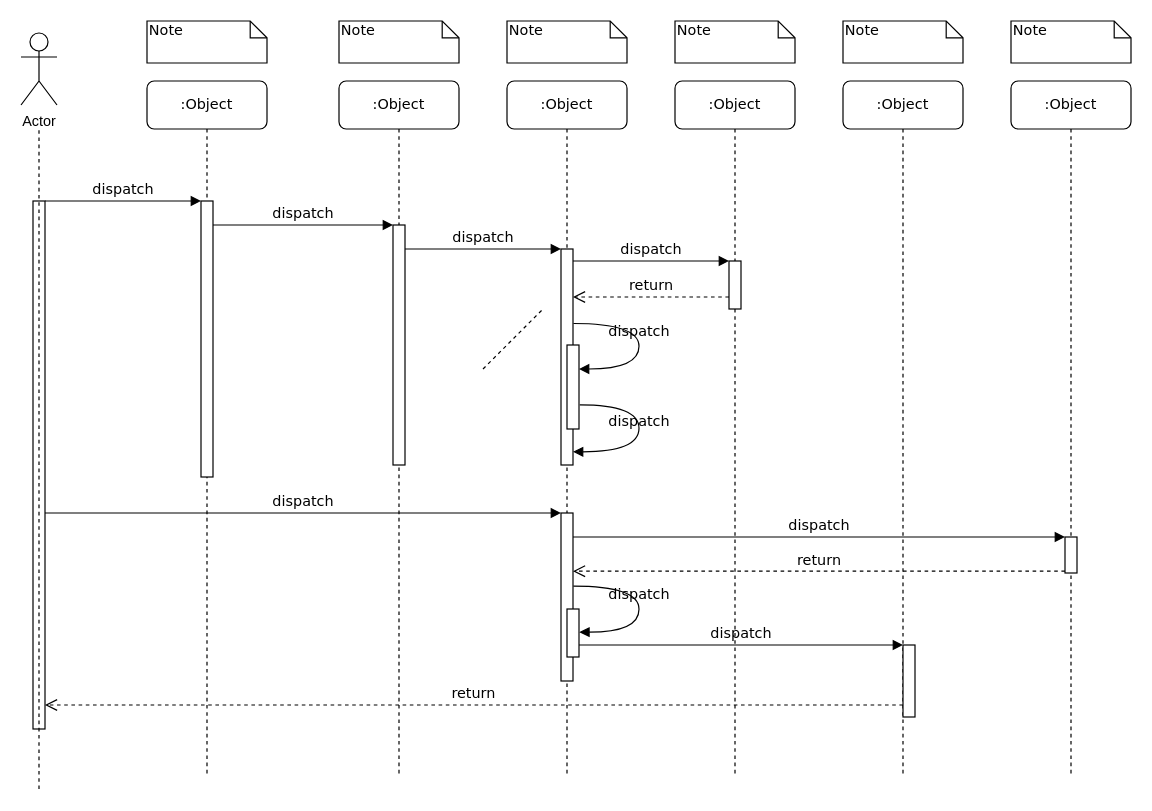
The draw.io diagram Sequence Diagram.drawio in PatrickMcDougle/CSE682-Software-Engineering-Project, before the edit. Source tidied: cells renumbered, new cells numbered last; positions are measured from the earlier drawing's top-left corner, leaving out a move shared by most shapes. Both pictures are drawn from the tidied source at 120%, with x=0, y=0 at pixel (20, 20).
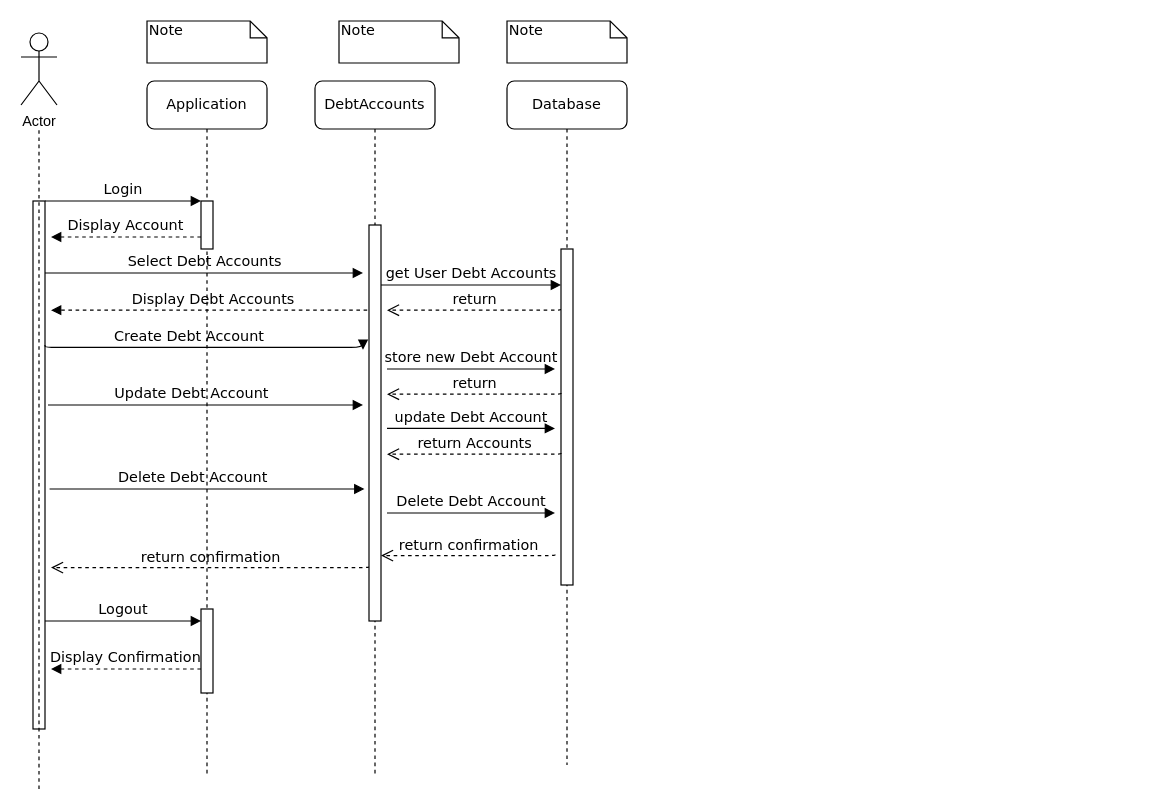
The same diagram, later.

The change refers to these unchanged cells:
```xml
<mxCell id="36" style="html=1;points=[];perimeter=orthogonalPerimeter;rounded=0;shadow=0;comic=0;labelBackgroundColor=none;strokeWidth=1;fontFamily=Verdana;fontSize=12;align=center;" parent="1" vertex="1">
  <mxGeometry x="10" y="150" width="10" height="440" as="geometry" />
</mxCell>
```

What changed in the source:
```diff
@@
-    <mxCell id="2" value=":Object" style="shape=umlLifeline;perimeter=lifelinePerimeter;whiteSpace=wrap;html=1;rounded=1;shadow=0;comic=0;labelBackgroundColor=none;strokeWidth=1;fontFamily=Verdana;fontSize=12;align=center;" parent="1" vertex="1">
+    <mxCell id="2" value="Application" style="shape=umlLifeline;perimeter=lifelinePerimeter;whiteSpace=wrap;html=1;rounded=1;shadow=0;comic=0;labelBackgroundColor=none;strokeWidth=1;fontFamily=Verdana;fontSize=12;align=center;" parent="1" vertex="1">
       <mxGeometry x="105" y="50" width="100" height="580" as="geometry" />
     </mxCell>
     <mxCell id="3" style="html=1;points=[];perimeter=orthogonalPerimeter;rounded=0;shadow=0;comic=0;labelBackgroundColor=none;strokeWidth=1;fontFamily=Verdana;fontSize=12;align=center;" parent="2" vertex="1">
-      <mxGeometry x="45" y="100" width="10" height="230" as="geometry" />
+      <mxGeometry x="45" y="100" width="10" height="40" as="geometry" />
     </mxCell>
+    <mxCell id="40" value="Display Account" style="html=1;verticalAlign=bottom;endArrow=block;labelBackgroundColor=none;fontFamily=Verdana;fontSize=12;edgeStyle=elbowEdgeStyle;elbow=vertical;dashed=1;" parent="2" edge="1">
+      <mxGeometry relative="1" as="geometry">
+        <mxPoint x="45" y="130" as="sourcePoint" />
+        <mxPoint x="-80" y="130" as="targetPoint" />
+      </mxGeometry>
+    </mxCell>
+    <mxCell id="41" value="Display Debt Accounts" style="html=1;verticalAlign=bottom;endArrow=block;labelBackgroundColor=none;fontFamily=Verdana;fontSize=12;edgeStyle=elbowEdgeStyle;elbow=vertical;jumpStyle=line;dashed=1;" parent="2" edge="1" source="4">
+      <mxGeometry relative="1" as="geometry">
+        <mxPoint x="-80" y="190.5" as="targetPoint" />
+      </mxGeometry>
+    </mxCell>
+    <mxCell id="42" value="Update Debt Account" style="html=1;verticalAlign=bottom;endArrow=block;labelBackgroundColor=none;fontFamily=Verdana;fontSize=12;edgeStyle=elbowEdgeStyle;elbow=vertical;" parent="2" edge="1">
+      <mxGeometry x="-0.09" relative="1" as="geometry">
+        <mxPoint x="-82.5" y="270" as="sourcePoint" />
+        <mxPoint x="180" y="270" as="targetPoint" />
+      </mxGeometry>
+    </mxCell>
+    <mxCell id="43" value="return confirmation" style="html=1;verticalAlign=bottom;endArrow=open;dashed=1;endSize=8;labelBackgroundColor=none;fontFamily=Verdana;fontSize=12;edgeStyle=elbowEdgeStyle;elbow=vertical;" parent="2" edge="1">
+      <mxGeometry relative="1" as="geometry">
+        <mxPoint x="185" y="404.5" as="sourcePoint" />
+        <mxPoint x="-80" y="406" as="targetPoint" />
+        <Array as="points">
+          <mxPoint x="40" y="405.5" />
+          <mxPoint x="130" y="404.5" />
+          <mxPoint x="160" y="404.5" />
+        </Array>
+      </mxGeometry>
+    </mxCell>
+    <mxCell id="44" style="html=1;perimeter=orthogonalPerimeter;rounded=0;shadow=0;comic=0;labelBackgroundColor=none;strokeWidth=1;fontFamily=Verdana;fontSize=12;align=center;" parent="2" vertex="1">
+      <mxGeometry x="45" y="440" width="10" height="70" as="geometry" />
+    </mxCell>
+    <mxCell id="45" value="Logout" style="html=1;verticalAlign=bottom;endArrow=block;entryX=0;entryY=0;labelBackgroundColor=none;fontFamily=Verdana;fontSize=12;edgeStyle=elbowEdgeStyle;elbow=vertical;" parent="2" edge="1">
+      <mxGeometry relative="1" as="geometry">
+        <mxPoint x="-85" y="450" as="sourcePoint" />
+        <mxPoint x="45" y="450" as="targetPoint" />
+      </mxGeometry>
+    </mxCell>
+    <mxCell id="46" value="Display Confirmation" style="html=1;verticalAlign=bottom;endArrow=block;labelBackgroundColor=none;fontFamily=Verdana;fontSize=12;edgeStyle=elbowEdgeStyle;elbow=vertical;dashed=1;" parent="2" edge="1">
+      <mxGeometry relative="1" as="geometry">
+        <mxPoint x="45" y="490" as="sourcePoint" />
+        <mxPoint x="-80" y="490" as="targetPoint" />
+      </mxGeometry>
+    </mxCell>
-    <mxCell id="4" value=":Object" style="shape=umlLifeline;perimeter=lifelinePerimeter;whiteSpace=wrap;html=1;outlineConnect=0;rounded=1;shadow=0;comic=0;labelBackgroundColor=none;strokeWidth=1;fontFamily=Verdana;fontSize=12;align=center;" parent="1" vertex="1">
-      <mxGeometry x="265" y="50" width="100" height="580" as="geometry" />
+    <mxCell id="4" value="DebtAccounts" style="shape=umlLifeline;perimeter=lifelinePerimeter;whiteSpace=wrap;html=1;outlineConnect=0;rounded=1;shadow=0;comic=0;labelBackgroundColor=none;strokeWidth=1;fontFamily=Verdana;fontSize=12;align=center;" parent="1" vertex="1">
+      <mxGeometry x="245" y="50" width="100" height="580" as="geometry" />
     </mxCell>
     <mxCell id="5" style="html=1;points=[];perimeter=orthogonalPerimeter;rounded=0;shadow=0;comic=0;labelBackgroundColor=none;strokeWidth=1;fontFamily=Verdana;fontSize=12;align=center;" parent="4" vertex="1">
-      <mxGeometry x="45" y="120" width="10" height="200" as="geometry" />
+      <mxGeometry x="45" y="120" width="10" height="330" as="geometry" />
     </mxCell>
+    <mxCell id="47" value="store new Debt Account" style="html=1;verticalAlign=bottom;endArrow=block;labelBackgroundColor=none;fontFamily=Verdana;fontSize=12;edgeStyle=elbowEdgeStyle;elbow=vertical;" parent="4" edge="1">
+      <mxGeometry relative="1" as="geometry">
+        <mxPoint x="60" y="240" as="sourcePoint" />
+        <mxPoint x="200" y="240" as="targetPoint" />
+        <Array as="points">
+          <mxPoint x="175" y="240" />
+          <mxPoint x="85" y="210" />
+        </Array>
+      </mxGeometry>
+    </mxCell>
+    <mxCell id="48" value="Delete Debt Account" style="html=1;verticalAlign=bottom;endArrow=block;labelBackgroundColor=none;fontFamily=Verdana;fontSize=12;edgeStyle=elbowEdgeStyle;elbow=vertical;" parent="4" edge="1">
+      <mxGeometry relative="1" as="geometry">
+        <mxPoint x="60" y="360" as="sourcePoint" />
+        <mxPoint x="200" y="360" as="targetPoint" />
+        <Array as="points">
+          <mxPoint x="175" y="360" />
+          <mxPoint x="85" y="330" />
+        </Array>
+      </mxGeometry>
+    </mxCell>
-    <mxCell id="6" value=":Object" style="shape=umlLifeline;perimeter=lifelinePerimeter;whiteSpace=wrap;html=1;rounded=1;shadow=0;comic=0;labelBackgroundColor=none;strokeWidth=1;fontFamily=Verdana;fontSize=12;align=center;" parent="1" vertex="1">
-      <mxGeometry x="405" y="50" width="100" height="580" as="geometry" />
+    <mxCell id="6" value="Database" style="shape=umlLifeline;perimeter=lifelinePerimeter;whiteSpace=wrap;html=1;rounded=1;shadow=0;comic=0;labelBackgroundColor=none;strokeWidth=1;fontFamily=Verdana;fontSize=12;align=center;" parent="1" vertex="1">
+      <mxGeometry x="405" y="50" width="100" height="570" as="geometry" />
     </mxCell>
-    <mxCell id="7" value=":Object" style="shape=umlLifeline;perimeter=lifelinePerimeter;whiteSpace=wrap;html=1;rounded=1;shadow=0;comic=0;labelBackgroundColor=none;strokeWidth=1;fontFamily=Verdana;fontSize=12;align=center;" parent="1" vertex="1">
-      <mxGeometry x="545" y="50" width="100" height="580" as="geometry" />
-    </mxCell>
-    <mxCell id="8" value=":Object" style="shape=umlLifeline;perimeter=lifelinePerimeter;whiteSpace=wrap;html=1;rounded=1;shadow=0;comic=0;labelBackgroundColor=none;strokeWidth=1;fontFamily=Verdana;fontSize=12;align=center;" parent="1" vertex="1">
-      <mxGeometry x="685" y="50" width="100" height="580" as="geometry" />
-    </mxCell>
-    <mxCell id="9" value=":Object" style="shape=umlLifeline;perimeter=lifelinePerimeter;whiteSpace=wrap;html=1;rounded=1;shadow=0;comic=0;labelBackgroundColor=none;strokeWidth=1;fontFamily=Verdana;fontSize=12;align=center;" parent="1" vertex="1">
-      <mxGeometry x="825" y="50" width="100" height="580" as="geometry" />
-    </mxCell>
+    <mxCell id="49" value="return" style="html=1;verticalAlign=bottom;endArrow=open;dashed=1;endSize=8;labelBackgroundColor=none;fontFamily=Verdana;fontSize=12;edgeStyle=elbowEdgeStyle;elbow=vertical;" parent="6" edge="1">
+      <mxGeometry relative="1" as="geometry">
+        <mxPoint x="45" y="190" as="sourcePoint" />
+        <mxPoint x="-100" y="191" as="targetPoint" />
+        <Array as="points">
+          <mxPoint x="-100" y="191" />
+          <mxPoint x="-10" y="190" />
+          <mxPoint x="20" y="190" />
+        </Array>
+      </mxGeometry>
+    </mxCell>
+    <mxCell id="50" value="return confirmation" style="html=1;verticalAlign=bottom;endArrow=open;dashed=1;endSize=8;labelBackgroundColor=none;fontFamily=Verdana;fontSize=12;edgeStyle=elbowEdgeStyle;elbow=vertical;" parent="6" edge="1">
+      <mxGeometry relative="1" as="geometry">
+        <mxPoint x="40" y="394.5" as="sourcePoint" />
+        <mxPoint x="-105" y="395.5" as="targetPoint" />
+        <Array as="points">
+          <mxPoint x="-105" y="395.5" />
+          <mxPoint x="-15" y="394.5" />
+          <mxPoint x="15" y="394.5" />
+        </Array>
+      </mxGeometry>
+    </mxCell>
     <mxCell id="10" style="html=1;points=[];perimeter=orthogonalPerimeter;rounded=0;shadow=0;comic=0;labelBackgroundColor=none;strokeWidth=1;fontFamily=Verdana;fontSize=12;align=center;" parent="1" vertex="1">
-      <mxGeometry x="450" y="190" width="10" height="180" as="geometry" />
+      <mxGeometry x="450" y="190" width="10" height="280" as="geometry" />
     </mxCell>
-    <mxCell id="11" value="dispatch" style="html=1;verticalAlign=bottom;endArrow=block;labelBackgroundColor=none;fontFamily=Verdana;fontSize=12;edgeStyle=elbowEdgeStyle;elbow=vertical;" parent="1" edge="1" source="5" target="10">
+    <mxCell id="11" value="get User Debt Accounts" style="html=1;verticalAlign=bottom;endArrow=block;labelBackgroundColor=none;fontFamily=Verdana;fontSize=12;edgeStyle=elbowEdgeStyle;elbow=vertical;" parent="1" edge="1" source="5" target="10">
       <mxGeometry relative="1" as="geometry">
         <Array as="points">
+          <mxPoint x="415" y="220" />
           <mxPoint x="325" y="190" />
         </Array>
       </mxGeometry>
     </mxCell>
-    <mxCell id="12" style="html=1;points=[];perimeter=orthogonalPerimeter;rounded=0;shadow=0;comic=0;labelBackgroundColor=none;strokeWidth=1;fontFamily=Verdana;fontSize=12;align=center;" parent="1" vertex="1">
-      <mxGeometry x="590" y="200" width="10" height="40" as="geometry" />
-    </mxCell>
-    <mxCell id="13" value="dispatch" style="html=1;verticalAlign=bottom;endArrow=block;entryX=0;entryY=0;labelBackgroundColor=none;fontFamily=Verdana;fontSize=12;edgeStyle=elbowEdgeStyle;elbow=vertical;" parent="1" edge="1" source="10" target="12">
-      <mxGeometry relative="1" as="geometry" />
-    </mxCell>
-    <mxCell id="14" value="return" style="html=1;verticalAlign=bottom;endArrow=open;dashed=1;endSize=8;labelBackgroundColor=none;fontFamily=Verdana;fontSize=12;edgeStyle=elbowEdgeStyle;elbow=vertical;" parent="1" edge="1" source="12" target="10">
-      <mxGeometry relative="1" as="geometry">
-        <Array as="points">
-          <mxPoint x="535" y="230" />
-          <mxPoint x="565" y="230" />
-        </Array>
-      </mxGeometry>
-    </mxCell>
-    <mxCell id="15" style="html=1;points=[];perimeter=orthogonalPerimeter;rounded=0;shadow=0;comic=0;labelBackgroundColor=none;strokeWidth=1;fontFamily=Verdana;fontSize=12;align=center;" parent="1" vertex="1">
-      <mxGeometry x="450" y="410" width="10" height="140" as="geometry" />
-    </mxCell>
-    <mxCell id="16" value="dispatch" style="html=1;verticalAlign=bottom;endArrow=block;entryX=0;entryY=0;labelBackgroundColor=none;fontFamily=Verdana;fontSize=12;" parent="1" edge="1" source="36" target="15">
-      <mxGeometry relative="1" as="geometry" />
-    </mxCell>
-    <mxCell id="17" style="html=1;points=[];perimeter=orthogonalPerimeter;rounded=0;shadow=0;comic=0;labelBackgroundColor=none;strokeColor=#000000;strokeWidth=1;fillColor=#FFFFFF;fontFamily=Verdana;fontSize=12;fontColor=#000000;align=center;" parent="1" vertex="1">
-      <mxGeometry x="870" y="430" width="10" height="30" as="geometry" />
-    </mxCell>
-    <mxCell id="18" value="dispatch" style="html=1;verticalAlign=bottom;endArrow=block;entryX=0;entryY=0;labelBackgroundColor=none;fontFamily=Verdana;fontSize=12;" parent="1" edge="1" source="15" target="17">
-      <mxGeometry relative="1" as="geometry" />
-    </mxCell>
-    <mxCell id="19" value="return" style="html=1;verticalAlign=bottom;endArrow=open;dashed=1;endSize=8;exitX=0;exitY=0.95;labelBackgroundColor=none;fontFamily=Verdana;fontSize=12;" parent="1" edge="1" source="17" target="15">
-      <mxGeometry relative="1" as="geometry" />
-    </mxCell>
-    <mxCell id="20" style="html=1;points=[];perimeter=orthogonalPerimeter;rounded=0;shadow=0;comic=0;labelBackgroundColor=none;strokeWidth=1;fontFamily=Verdana;fontSize=12;align=center;" parent="1" vertex="1">
-      <mxGeometry x="735" y="520" width="10" height="60" as="geometry" />
-    </mxCell>
-    <mxCell id="21" value="dispatch" style="html=1;verticalAlign=bottom;endArrow=block;entryX=0;entryY=0;labelBackgroundColor=none;fontFamily=Verdana;fontSize=12;edgeStyle=elbowEdgeStyle;elbow=vertical;" parent="1" edge="1" source="28" target="20">
-      <mxGeometry relative="1" as="geometry" />
-    </mxCell>
-    <mxCell id="22" value="return" style="html=1;verticalAlign=bottom;endArrow=open;dashed=1;endSize=8;labelBackgroundColor=none;fontFamily=Verdana;fontSize=12;edgeStyle=elbowEdgeStyle;elbow=vertical;" parent="1" edge="1" source="20" target="36">
-      <mxGeometry relative="1" as="geometry">
-        <Array as="points">
-          <mxPoint x="435" y="570" />
-        </Array>
-      </mxGeometry>
-    </mxCell>
-    <mxCell id="23" value="dispatch" style="html=1;verticalAlign=bottom;endArrow=block;entryX=0;entryY=0;labelBackgroundColor=none;fontFamily=Verdana;fontSize=12;edgeStyle=elbowEdgeStyle;elbow=vertical;" parent="1" edge="1" source="36" target="3">
+    <mxCell id="23" value="Login" style="html=1;verticalAlign=bottom;endArrow=block;entryX=0;entryY=0;labelBackgroundColor=none;fontFamily=Verdana;fontSize=12;edgeStyle=elbowEdgeStyle;elbow=vertical;" parent="1" edge="1" source="36" target="3">
       <mxGeometry relative="1" as="geometry" />
     </mxCell>
-    <mxCell id="24" value="dispatch" style="html=1;verticalAlign=bottom;endArrow=block;entryX=0;entryY=0;labelBackgroundColor=none;fontFamily=Verdana;fontSize=12;edgeStyle=elbowEdgeStyle;elbow=vertical;" parent="1" edge="1" source="3" target="5">
-      <mxGeometry relative="1" as="geometry" />
-    </mxCell>
-    <mxCell id="25" style="html=1;points=[];perimeter=orthogonalPerimeter;rounded=0;shadow=0;comic=0;labelBackgroundColor=none;strokeWidth=1;fontFamily=Verdana;fontSize=12;align=center;" parent="1" vertex="1">
-      <mxGeometry x="455" y="270" width="10" height="70" as="geometry" />
-    </mxCell>
-    <mxCell id="26" value="dispatch" style="html=1;verticalAlign=bottom;endArrow=block;labelBackgroundColor=none;fontFamily=Verdana;fontSize=12;elbow=vertical;edgeStyle=orthogonalEdgeStyle;curved=1;entryX=1;entryY=0.286;entryPerimeter=0;exitX=1.038;exitY=0.345;exitPerimeter=0;" parent="1" edge="1" source="10" target="25">
-      <mxGeometry relative="1" as="geometry">
-        <Array as="points">
-          <mxPoint x="515" y="252" />
-          <mxPoint x="515" y="290" />
-        </Array>
-      </mxGeometry>
-    </mxCell>
-    <mxCell id="27" value="dispatch" style="html=1;verticalAlign=bottom;endArrow=block;labelBackgroundColor=none;fontFamily=Verdana;fontSize=12;elbow=vertical;edgeStyle=orthogonalEdgeStyle;curved=1;exitX=1.066;exitY=0.713;exitPerimeter=0;" parent="1" edge="1" source="25">
-      <mxGeometry relative="1" as="geometry">
-        <mxPoint x="460" y="359" as="targetPoint" />
-        <Array as="points">
-          <mxPoint x="515" y="320" />
-          <mxPoint x="515" y="359" />
-        </Array>
-      </mxGeometry>
-    </mxCell>
-    <mxCell id="28" style="html=1;points=[];perimeter=orthogonalPerimeter;rounded=0;shadow=0;comic=0;labelBackgroundColor=none;strokeWidth=1;fontFamily=Verdana;fontSize=12;align=center;" parent="1" vertex="1">
-      <mxGeometry x="455" y="490" width="10" height="40" as="geometry" />
-    </mxCell>
-    <mxCell id="29" value="dispatch" style="html=1;verticalAlign=bottom;endArrow=block;labelBackgroundColor=none;fontFamily=Verdana;fontSize=12;elbow=vertical;edgeStyle=orthogonalEdgeStyle;curved=1;entryX=1;entryY=0.286;entryPerimeter=0;exitX=1.038;exitY=0.345;exitPerimeter=0;" parent="1" edge="1">
-      <mxGeometry relative="1" as="geometry">
-        <mxPoint x="460.3" y="471" as="sourcePoint" />
-        <mxPoint x="465.3" y="509.3" as="targetPoint" />
-        <Array as="points">
-          <mxPoint x="515" y="471" />
-          <mxPoint x="515" y="509" />
-        </Array>
-      </mxGeometry>
-    </mxCell>
@@
-    <mxCell id="33" value="Note" style="shape=note;whiteSpace=wrap;html=1;size=14;verticalAlign=top;align=left;spacingTop=-6;rounded=0;shadow=0;comic=0;labelBackgroundColor=none;strokeWidth=1;fontFamily=Verdana;fontSize=12;" parent="1" vertex="1">
-      <mxGeometry x="545" width="100" height="35" as="geometry" />
-    </mxCell>
-    <mxCell id="34" value="Note" style="shape=note;whiteSpace=wrap;html=1;size=14;verticalAlign=top;align=left;spacingTop=-6;rounded=0;shadow=0;comic=0;labelBackgroundColor=none;strokeWidth=1;fontFamily=Verdana;fontSize=12;" parent="1" vertex="1">
-      <mxGeometry x="685" width="100" height="35" as="geometry" />
-    </mxCell>
-    <mxCell id="35" value="Note" style="shape=note;whiteSpace=wrap;html=1;size=14;verticalAlign=top;align=left;spacingTop=-6;rounded=0;shadow=0;comic=0;labelBackgroundColor=none;strokeWidth=1;fontFamily=Verdana;fontSize=12;" parent="1" vertex="1">
-      <mxGeometry x="825" width="100" height="35" as="geometry" />
-    </mxCell>
@@
-    <mxCell id="37" style="endArrow=none;dashed=1;html=1;" parent="1" edge="1">
-      <mxGeometry relative="1" as="geometry">
-        <mxPoint x="385" y="290" as="sourcePoint" />
-        <mxPoint x="435" y="240" as="targetPoint" />
-      </mxGeometry>
-    </mxCell>
@@
+    <mxCell id="51" value="Select Debt Accounts" style="html=1;verticalAlign=bottom;endArrow=block;labelBackgroundColor=none;fontFamily=Verdana;fontSize=12;edgeStyle=elbowEdgeStyle;elbow=vertical;" parent="1" edge="1">
+      <mxGeometry relative="1" as="geometry">
+        <mxPoint x="20" y="210" as="sourcePoint" />
+        <mxPoint x="285" y="210" as="targetPoint" />
+        <Array as="points">
+          <mxPoint x="255" y="210" />
+        </Array>
+      </mxGeometry>
+    </mxCell>
+    <mxCell id="52" value="Create Debt Account" style="html=1;verticalAlign=bottom;endArrow=block;labelBackgroundColor=none;fontFamily=Verdana;fontSize=12;edgeStyle=elbowEdgeStyle;elbow=vertical;" parent="1" edge="1">
+      <mxGeometry x="-0.09" relative="1" as="geometry">
+        <mxPoint x="20" y="270" as="sourcePoint" />
+        <mxPoint x="285" y="274" as="targetPoint" />
+      </mxGeometry>
+    </mxCell>
+    <mxCell id="53" value="update Debt Account" style="html=1;verticalAlign=bottom;endArrow=block;labelBackgroundColor=none;fontFamily=Verdana;fontSize=12;edgeStyle=elbowEdgeStyle;elbow=vertical;" parent="1" edge="1">
+      <mxGeometry relative="1" as="geometry">
+        <mxPoint x="305" y="339.5" as="sourcePoint" />
+        <mxPoint x="445" y="339.5" as="targetPoint" />
+        <Array as="points">
+          <mxPoint x="420" y="339.5" />
+          <mxPoint x="330" y="309.5" />
+        </Array>
+      </mxGeometry>
+    </mxCell>
+    <mxCell id="54" value="return Accounts" style="html=1;verticalAlign=bottom;endArrow=open;dashed=1;endSize=8;labelBackgroundColor=none;fontFamily=Verdana;fontSize=12;edgeStyle=elbowEdgeStyle;elbow=vertical;" parent="1" edge="1">
+      <mxGeometry relative="1" as="geometry">
+        <mxPoint x="450" y="360" as="sourcePoint" />
+        <mxPoint x="305" y="361" as="targetPoint" />
+        <Array as="points">
+          <mxPoint x="305" y="361" />
+          <mxPoint x="395" y="360" />
+          <mxPoint x="425" y="360" />
+        </Array>
+      </mxGeometry>
+    </mxCell>
+    <mxCell id="55" value="return" style="html=1;verticalAlign=bottom;endArrow=open;dashed=1;endSize=8;labelBackgroundColor=none;fontFamily=Verdana;fontSize=12;edgeStyle=elbowEdgeStyle;elbow=vertical;" parent="1" edge="1">
+      <mxGeometry relative="1" as="geometry">
+        <mxPoint x="450" y="310" as="sourcePoint" />
+        <mxPoint x="305" y="311" as="targetPoint" />
+        <Array as="points">
+          <mxPoint x="305" y="311" />
+          <mxPoint x="395" y="310" />
+          <mxPoint x="425" y="310" />
+        </Array>
+      </mxGeometry>
+    </mxCell>
+    <mxCell id="56" value="Delete Debt Account" style="html=1;verticalAlign=bottom;endArrow=block;labelBackgroundColor=none;fontFamily=Verdana;fontSize=12;edgeStyle=elbowEdgeStyle;elbow=vertical;" parent="1" edge="1">
+      <mxGeometry x="-0.09" relative="1" as="geometry">
+        <mxPoint x="23.8" y="390" as="sourcePoint" />
+        <mxPoint x="286.2" y="390" as="targetPoint" />
+      </mxGeometry>
+    </mxCell>
```
